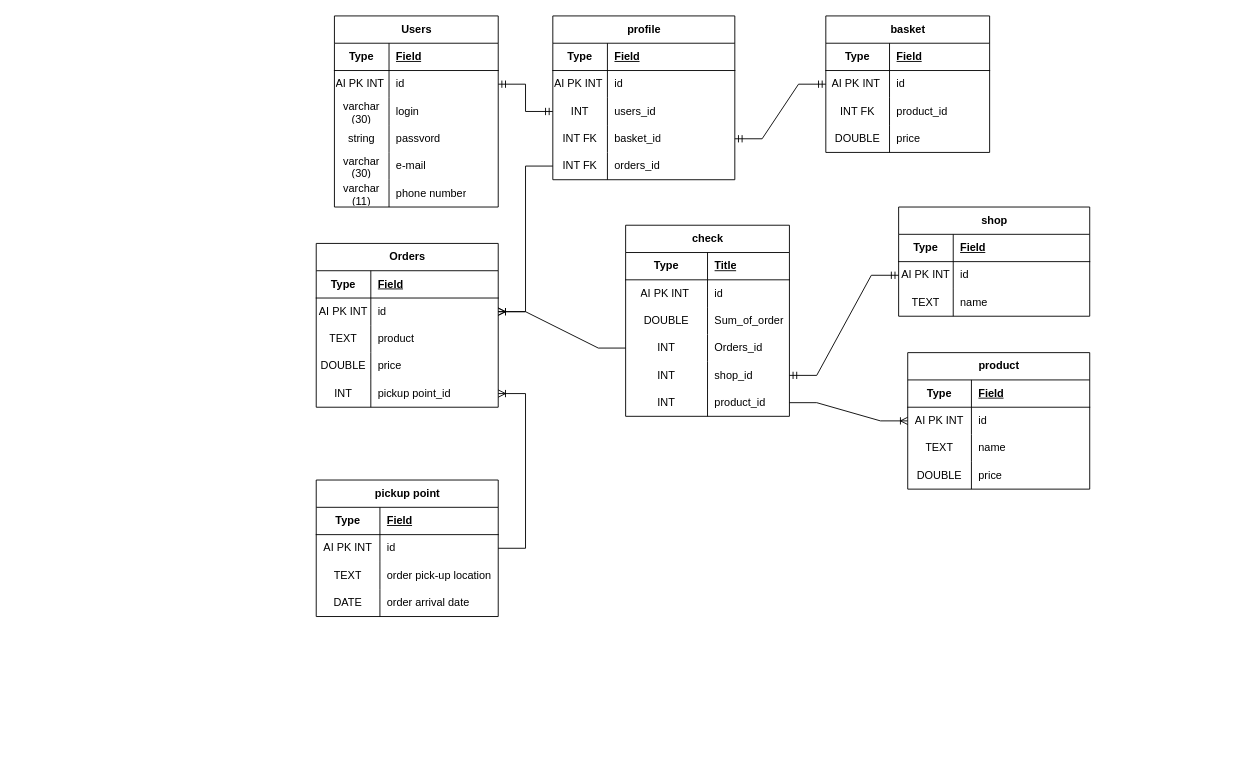
MelnikovMatveu/db_practice keeps this draw.io diagram as Диаграмма без названия.drawio. Above is the earlier version. Source tidied: cells renumbered, new cells numbered last; positions are measured from the earlier drawing's top-left corner, leaving out a move shared by most shapes. Both pictures are drawn from the tidied source at 91%, with x=0, y=0 at pixel (316, 15).
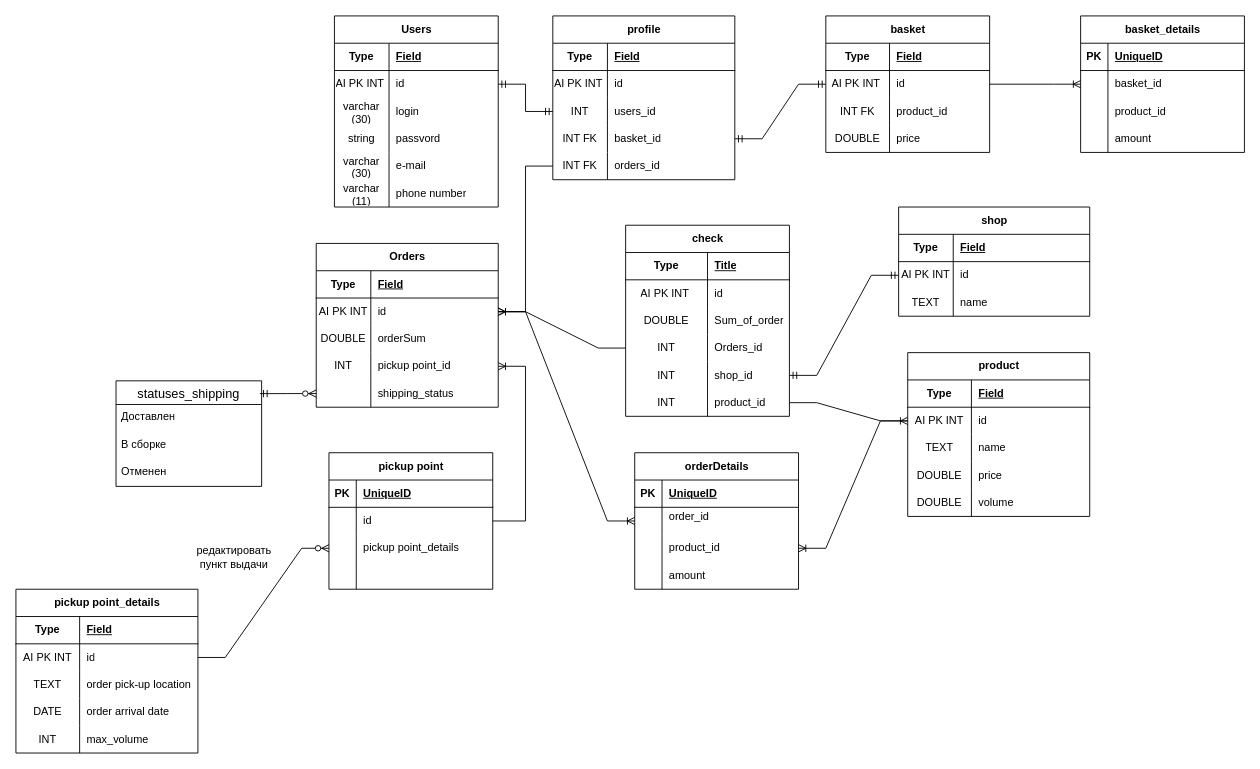
The same diagram, later.

Unchanged cells that the change refers to:
```xml
<mxCell id="6" style="shape=tableRow;horizontal=0;startSize=0;swimlaneHead=0;swimlaneBody=0;fillColor=none;points=[[0,0.5],[1,0.5]];portConstraint=eastwest;top=0;left=0;right=0;bottom=0;" parent="2" vertex="1">
  <mxGeometry y="60" width="180" height="30" as="geometry" />
</mxCell>
<mxCell id="53" value="Orders" style="shape=table;startSize=30;childLayout=tableLayout;rowLines=0;fontStyle=1;align=center;html=1;" parent="1" vertex="1">
  <mxGeometry y="250" width="200" height="180" as="geometry" />
</mxCell>
<mxCell id="57" style="shape=tableRow;horizontal=0;startSize=0;swimlaneHead=0;swimlaneBody=0;fillColor=none;points=[[0,0.5],[1,0.5]];portConstraint=eastwest;top=0;left=0;right=0;bottom=0;" parent="53" vertex="1">
  <mxGeometry y="60" width="200" height="30" as="geometry" />
</mxCell>
<mxCell id="104" style="shape=tableRow;horizontal=0;startSize=0;swimlaneHead=0;swimlaneBody=0;fillColor=none;points=[[0,0.5],[1,0.5]];portConstraint=eastwest;top=0;left=0;right=0;bottom=0;" parent="100" vertex="1">
  <mxGeometry y="60" width="200" height="30" as="geometry" />
</mxCell>
<mxCell id="118" style="shape=tableRow;horizontal=0;startSize=0;swimlaneHead=0;swimlaneBody=0;fillColor=none;points=[[0,0.5],[1,0.5]];portConstraint=eastwest;top=0;left=0;right=0;bottom=0;" parent="114" vertex="1">
  <mxGeometry y="60" width="200" height="30" as="geometry" />
</mxCell>
```

Diff of the diagram source:
```diff
@@
-    <mxCell id="60" style="shape=tableRow;horizontal=0;startSize=0;swimlaneHead=0;swimlaneBody=0;fillColor=none;top=0;left=0;right=0;bottom=0;" parent="53" vertex="1">
-      <mxGeometry y="90" width="200" height="30" as="geometry" />
-    </mxCell>
-    <mxCell id="61" value="TEXT" style="shape=partialRectangle;fillColor=none;top=0;left=0;bottom=0;right=0;overflow=hidden;whiteSpace=wrap;html=1;" parent="60" vertex="1">
-      <mxGeometry width="60" height="30" as="geometry" />
-    </mxCell>
-    <mxCell id="62" value="product" style="shape=partialRectangle;fillColor=none;top=0;left=0;bottom=0;right=0;align=left;spacingLeft=6;overflow=hidden;whiteSpace=wrap;html=1;" parent="60" vertex="1">
-      <mxGeometry x="60" width="140" height="30" as="geometry" />
-    </mxCell>
     <mxCell id="63" style="shape=tableRow;horizontal=0;startSize=0;swimlaneHead=0;swimlaneBody=0;fillColor=none;top=0;left=0;right=0;bottom=0;" parent="53" vertex="1">
-      <mxGeometry y="120" width="200" height="30" as="geometry" />
+      <mxGeometry y="90" width="200" height="30" as="geometry" />
     </mxCell>
@@
-    <mxCell id="65" value="price" style="shape=partialRectangle;fillColor=none;top=0;left=0;bottom=0;right=0;align=left;spacingLeft=6;overflow=hidden;whiteSpace=wrap;html=1;" parent="63" vertex="1">
+    <mxCell id="65" value="orderSum" style="shape=partialRectangle;fillColor=none;top=0;left=0;bottom=0;right=0;align=left;spacingLeft=6;overflow=hidden;whiteSpace=wrap;html=1;" parent="63" vertex="1">
       <mxGeometry x="60" width="140" height="30" as="geometry" />
     </mxCell>
     <mxCell id="66" style="shape=tableRow;horizontal=0;startSize=0;swimlaneHead=0;swimlaneBody=0;fillColor=none;points=[[0,0.5],[1,0.5]];portConstraint=eastwest;top=0;left=0;right=0;bottom=0;" parent="53" vertex="1">
-      <mxGeometry y="150" width="200" height="30" as="geometry" />
+      <mxGeometry y="120" width="200" height="30" as="geometry" />
     </mxCell>
@@
+    <mxCell id="128" style="shape=tableRow;horizontal=0;startSize=0;swimlaneHead=0;swimlaneBody=0;fillColor=none;points=[[0,0.5],[1,0.5]];portConstraint=eastwest;top=0;left=0;right=0;bottom=0;" parent="53" vertex="1">
+      <mxGeometry y="150" width="200" height="30" as="geometry" />
+    </mxCell>
+    <mxCell id="129" style="shape=partialRectangle;fillColor=none;top=0;left=0;bottom=0;right=0;overflow=hidden;whiteSpace=wrap;html=1;" parent="128" vertex="1">
+      <mxGeometry width="60" height="30" as="geometry" />
+    </mxCell>
+    <mxCell id="130" value="shipping_status" style="shape=partialRectangle;fillColor=none;top=0;left=0;bottom=0;right=0;align=left;spacingLeft=6;overflow=hidden;whiteSpace=wrap;html=1;" parent="128" vertex="1">
+      <mxGeometry x="60" width="140" height="30" as="geometry" />
+    </mxCell>
@@
-    <mxCell id="100" value="pickup point" style="shape=table;startSize=30;childLayout=tableLayout;rowLines=0;fontStyle=1;align=center;html=1;" parent="1" vertex="1">
-      <mxGeometry y="510" width="200" height="150" as="geometry" />
+    <mxCell id="100" value="pickup point_details" style="shape=table;startSize=30;childLayout=tableLayout;rowLines=0;fontStyle=1;align=center;html=1;" parent="1" vertex="1">
+      <mxGeometry x="-330" y="630" width="200" height="180" as="geometry" />
     </mxCell>
@@
+    <mxCell id="131" style="shape=tableRow;horizontal=0;startSize=0;swimlaneHead=0;swimlaneBody=0;fillColor=none;top=0;left=0;right=0;bottom=0;" parent="100" vertex="1">
+      <mxGeometry y="150" width="200" height="30" as="geometry" />
+    </mxCell>
+    <mxCell id="132" value="INT" style="shape=partialRectangle;fillColor=none;top=0;left=0;bottom=0;right=0;overflow=hidden;whiteSpace=wrap;html=1;" parent="131" vertex="1">
+      <mxGeometry width="70" height="30" as="geometry" />
+    </mxCell>
+    <mxCell id="133" value="max_volume" style="shape=partialRectangle;fillColor=none;top=0;left=0;bottom=0;right=0;align=left;spacingLeft=6;overflow=hidden;whiteSpace=wrap;html=1;" parent="131" vertex="1">
+      <mxGeometry x="70" width="130" height="30" as="geometry" />
+    </mxCell>
-    <mxCell id="113" style="edgeStyle=entityRelationEdgeStyle;fontSize=12;html=1;endArrow=ERoneToMany;rounded=0;" parent="1" edge="1" source="104" target="66">
+    <mxCell id="113" style="edgeStyle=entityRelationEdgeStyle;fontSize=12;html=1;endArrow=ERoneToMany;rounded=0;exitX=1;exitY=0.5;exitDx=0;exitDy=0;" parent="1" edge="1" source="175" target="66">
       <mxGeometry relative="1" as="geometry" />
     </mxCell>
     <mxCell id="114" value="product" style="shape=table;startSize=30;childLayout=tableLayout;rowLines=0;fontStyle=1;align=center;html=1;" parent="1" vertex="1">
-      <mxGeometry x="650" y="370" width="200" height="150" as="geometry" />
+      <mxGeometry x="650" y="370" width="200" height="180" as="geometry" />
     </mxCell>
@@
+    <mxCell id="134" style="shape=tableRow;horizontal=0;startSize=0;swimlaneHead=0;swimlaneBody=0;fillColor=none;top=0;left=0;right=0;bottom=0;" parent="114" vertex="1">
+      <mxGeometry y="150" width="200" height="30" as="geometry" />
+    </mxCell>
+    <mxCell id="135" value="DOUBLE" style="shape=partialRectangle;fillColor=none;top=0;left=0;bottom=0;right=0;overflow=hidden;whiteSpace=wrap;html=1;" parent="134" vertex="1">
+      <mxGeometry width="70" height="30" as="geometry" />
+    </mxCell>
+    <mxCell id="136" value="volume" style="shape=partialRectangle;fillColor=none;top=0;left=0;bottom=0;right=0;align=left;spacingLeft=6;overflow=hidden;whiteSpace=wrap;html=1;" parent="134" vertex="1">
+      <mxGeometry x="70" width="130" height="30" as="geometry" />
+    </mxCell>
@@
+    <mxCell id="137" value="orderDetails" style="shape=table;startSize=30;childLayout=tableLayout;rowLines=0;fontStyle=1;align=center;html=1;" parent="1" vertex="1">
+      <mxGeometry x="350" y="480" width="180" height="150" as="geometry" />
+    </mxCell>
+    <mxCell id="138" style="shape=tableRow;horizontal=0;startSize=0;swimlaneHead=0;swimlaneBody=0;fillColor=none;top=0;left=0;right=0;bottom=1;" parent="137" vertex="1">
+      <mxGeometry y="30" width="180" height="30" as="geometry" />
+    </mxCell>
+    <mxCell id="139" value="PK" style="shape=partialRectangle;fillColor=none;top=0;left=0;bottom=0;right=0;fontStyle=1;overflow=hidden;whiteSpace=wrap;html=1;" parent="138" vertex="1">
+      <mxGeometry width="30" height="30" as="geometry" />
+    </mxCell>
+    <mxCell id="140" value="UniqueID" style="shape=partialRectangle;fillColor=none;top=0;left=0;bottom=0;right=0;align=left;spacingLeft=6;fontStyle=5;overflow=hidden;whiteSpace=wrap;html=1;" parent="138" vertex="1">
+      <mxGeometry x="30" width="150" height="30" as="geometry" />
+    </mxCell>
+    <mxCell id="141" style="shape=tableRow;horizontal=0;startSize=0;swimlaneHead=0;swimlaneBody=0;fillColor=none;points=[[0,0.5],[1,0.5]];portConstraint=eastwest;top=0;left=0;right=0;bottom=0;" parent="137" vertex="1">
+      <mxGeometry y="60" width="180" height="30" as="geometry" />
+    </mxCell>
+    <mxCell id="142" style="shape=partialRectangle;fillColor=none;top=0;left=0;bottom=0;right=0;overflow=hidden;whiteSpace=wrap;html=1;" parent="141" vertex="1">
+      <mxGeometry width="30" height="30" as="geometry" />
+    </mxCell>
+    <mxCell id="143" value="order_id&lt;span style=&quot;white-space: pre;&quot;&gt;&#9;&lt;/span&gt;&lt;br&gt;&lt;br&gt;" style="shape=partialRectangle;fillColor=none;top=0;left=0;bottom=0;right=0;align=left;spacingLeft=6;overflow=hidden;whiteSpace=wrap;html=1;" parent="141" vertex="1">
+      <mxGeometry x="30" width="150" height="30" as="geometry" />
+    </mxCell>
+    <mxCell id="144" style="shape=tableRow;horizontal=0;startSize=0;swimlaneHead=0;swimlaneBody=0;fillColor=none;points=[[0,0.5],[1,0.5]];portConstraint=eastwest;top=0;left=0;right=0;bottom=0;" parent="137" vertex="1">
+      <mxGeometry y="90" width="180" height="30" as="geometry" />
+    </mxCell>
+    <mxCell id="145" style="shape=partialRectangle;fillColor=none;top=0;left=0;bottom=0;right=0;overflow=hidden;whiteSpace=wrap;html=1;" parent="144" vertex="1">
+      <mxGeometry width="30" height="30" as="geometry" />
+    </mxCell>
+    <mxCell id="146" value="product_id" style="shape=partialRectangle;fillColor=none;top=0;left=0;bottom=0;right=0;align=left;spacingLeft=6;overflow=hidden;whiteSpace=wrap;html=1;" parent="144" vertex="1">
+      <mxGeometry x="30" width="150" height="30" as="geometry" />
+    </mxCell>
+    <mxCell id="147" style="shape=tableRow;horizontal=0;startSize=0;swimlaneHead=0;swimlaneBody=0;fillColor=none;top=0;left=0;right=0;bottom=0;" parent="137" vertex="1">
+      <mxGeometry y="120" width="180" height="30" as="geometry" />
+    </mxCell>
+    <mxCell id="148" style="shape=partialRectangle;fillColor=none;top=0;left=0;bottom=0;right=0;overflow=hidden;whiteSpace=wrap;html=1;" parent="147" vertex="1">
+      <mxGeometry width="30" height="30" as="geometry" />
+    </mxCell>
+    <mxCell id="149" value="amount" style="shape=partialRectangle;fillColor=none;top=0;left=0;bottom=0;right=0;align=left;spacingLeft=6;overflow=hidden;whiteSpace=wrap;html=1;" parent="147" vertex="1">
+      <mxGeometry x="30" width="150" height="30" as="geometry" />
+    </mxCell>
+    <mxCell id="150" value="statuses_shipping" style="swimlane;fontStyle=0;horizontal=1;startSize=26;align=center;fontSize=14;" parent="1" vertex="1">
+      <mxGeometry x="-220" y="401" width="160" height="116" as="geometry" />
+    </mxCell>
+    <mxCell id="151" value="Доставлен" style="text;strokeColor=none;fillColor=none;spacingLeft=4;spacingRight=4;overflow=hidden;fontSize=12;whiteSpace=wrap;html=1;" parent="150" vertex="1">
+      <mxGeometry y="26" width="160" height="30" as="geometry" />
+    </mxCell>
+    <mxCell id="152" value="В сборке" style="text;strokeColor=none;fillColor=none;spacingLeft=4;spacingRight=4;overflow=hidden;fontSize=12;whiteSpace=wrap;html=1;" parent="150" vertex="1">
+      <mxGeometry y="56" width="160" height="30" as="geometry" />
+    </mxCell>
+    <mxCell id="153" value="Отменен" style="text;strokeColor=none;fillColor=none;spacingLeft=4;spacingRight=4;overflow=hidden;fontSize=12;whiteSpace=wrap;html=1;" parent="150" vertex="1">
+      <mxGeometry y="86" width="160" height="30" as="geometry" />
+    </mxCell>
+    <mxCell id="154" style="edgeStyle=entityRelationEdgeStyle;fontSize=12;html=1;endArrow=ERzeroToMany;startArrow=ERmandOne;rounded=0;exitX=0.988;exitY=0.121;exitDx=0;exitDy=0;exitPerimeter=0;entryX=0;entryY=0.5;entryDx=0;entryDy=0;" parent="1" edge="1" source="150" target="128">
+      <mxGeometry relative="1" as="geometry" />
+    </mxCell>
+    <mxCell id="155" value="basket_details" style="shape=table;startSize=30;childLayout=tableLayout;rowLines=0;fontStyle=1;align=center;html=1;" parent="1" vertex="1">
+      <mxGeometry x="840" width="180" height="150" as="geometry" />
+    </mxCell>
+    <mxCell id="156" style="shape=tableRow;horizontal=0;startSize=0;swimlaneHead=0;swimlaneBody=0;fillColor=none;top=0;left=0;right=0;bottom=1;" parent="155" vertex="1">
+      <mxGeometry y="30" width="180" height="30" as="geometry" />
+    </mxCell>
+    <mxCell id="157" value="PK" style="shape=partialRectangle;fillColor=none;top=0;left=0;bottom=0;right=0;fontStyle=1;overflow=hidden;whiteSpace=wrap;html=1;" parent="156" vertex="1">
+      <mxGeometry width="30" height="30" as="geometry" />
+    </mxCell>
+    <mxCell id="158" value="UniqueID" style="shape=partialRectangle;fillColor=none;top=0;left=0;bottom=0;right=0;align=left;spacingLeft=6;fontStyle=5;overflow=hidden;whiteSpace=wrap;html=1;" parent="156" vertex="1">
+      <mxGeometry x="30" width="150" height="30" as="geometry" />
+    </mxCell>
+    <mxCell id="159" style="shape=tableRow;horizontal=0;startSize=0;swimlaneHead=0;swimlaneBody=0;fillColor=none;points=[[0,0.5],[1,0.5]];portConstraint=eastwest;top=0;left=0;right=0;bottom=0;" parent="155" vertex="1">
+      <mxGeometry y="60" width="180" height="30" as="geometry" />
+    </mxCell>
+    <mxCell id="160" style="shape=partialRectangle;fillColor=none;top=0;left=0;bottom=0;right=0;overflow=hidden;whiteSpace=wrap;html=1;" parent="159" vertex="1">
+      <mxGeometry width="30" height="30" as="geometry" />
+    </mxCell>
+    <mxCell id="161" value="basket_id" style="shape=partialRectangle;fillColor=none;top=0;left=0;bottom=0;right=0;align=left;spacingLeft=6;overflow=hidden;whiteSpace=wrap;html=1;" parent="159" vertex="1">
+      <mxGeometry x="30" width="150" height="30" as="geometry" />
+    </mxCell>
+    <mxCell id="162" style="shape=tableRow;horizontal=0;startSize=0;swimlaneHead=0;swimlaneBody=0;fillColor=none;top=0;left=0;right=0;bottom=0;" parent="155" vertex="1">
+      <mxGeometry y="90" width="180" height="30" as="geometry" />
+    </mxCell>
+    <mxCell id="163" style="shape=partialRectangle;fillColor=none;top=0;left=0;bottom=0;right=0;overflow=hidden;whiteSpace=wrap;html=1;" parent="162" vertex="1">
+      <mxGeometry width="30" height="30" as="geometry" />
+    </mxCell>
+    <mxCell id="164" value="product_id" style="shape=partialRectangle;fillColor=none;top=0;left=0;bottom=0;right=0;align=left;spacingLeft=6;overflow=hidden;whiteSpace=wrap;html=1;" parent="162" vertex="1">
+      <mxGeometry x="30" width="150" height="30" as="geometry" />
+    </mxCell>
+    <mxCell id="165" style="shape=tableRow;horizontal=0;startSize=0;swimlaneHead=0;swimlaneBody=0;fillColor=none;top=0;left=0;right=0;bottom=0;" parent="155" vertex="1">
+      <mxGeometry y="120" width="180" height="30" as="geometry" />
+    </mxCell>
+    <mxCell id="166" style="shape=partialRectangle;fillColor=none;top=0;left=0;bottom=0;right=0;overflow=hidden;whiteSpace=wrap;html=1;" parent="165" vertex="1">
+      <mxGeometry width="30" height="30" as="geometry" />
+    </mxCell>
+    <mxCell id="167" value="amount" style="shape=partialRectangle;fillColor=none;top=0;left=0;bottom=0;right=0;align=left;spacingLeft=6;overflow=hidden;whiteSpace=wrap;html=1;" parent="165" vertex="1">
+      <mxGeometry x="30" width="150" height="30" as="geometry" />
+    </mxCell>
+    <mxCell id="168" style="edgeStyle=entityRelationEdgeStyle;fontSize=12;html=1;endArrow=ERoneToMany;rounded=0;entryX=0;entryY=0.5;entryDx=0;entryDy=0;" parent="1" edge="1" source="6" target="159">
+      <mxGeometry relative="1" as="geometry" />
+    </mxCell>
+    <mxCell id="169" style="edgeStyle=entityRelationEdgeStyle;fontSize=12;html=1;endArrow=ERoneToMany;rounded=0;exitX=1;exitY=0.5;exitDx=0;exitDy=0;entryX=0;entryY=0.5;entryDx=0;entryDy=0;" parent="1" edge="1" source="57" target="141">
+      <mxGeometry relative="1" as="geometry" />
+    </mxCell>
+    <mxCell id="170" style="edgeStyle=entityRelationEdgeStyle;fontSize=12;html=1;endArrow=ERoneToMany;rounded=0;exitX=0;exitY=0.5;exitDx=0;exitDy=0;entryX=1;entryY=0.5;entryDx=0;entryDy=0;" parent="1" edge="1" source="118" target="144">
+      <mxGeometry relative="1" as="geometry" />
+    </mxCell>
+    <mxCell id="171" value="pickup point" style="shape=table;startSize=30;childLayout=tableLayout;rowLines=0;fontStyle=1;align=center;html=1;" parent="1" vertex="1">
+      <mxGeometry x="14" y="480" width="180" height="150" as="geometry" />
+    </mxCell>
+    <mxCell id="172" style="shape=tableRow;horizontal=0;startSize=0;swimlaneHead=0;swimlaneBody=0;fillColor=none;top=0;left=0;right=0;bottom=1;" parent="171" vertex="1">
+      <mxGeometry y="30" width="180" height="30" as="geometry" />
+    </mxCell>
+    <mxCell id="173" value="PK" style="shape=partialRectangle;fillColor=none;top=0;left=0;bottom=0;right=0;fontStyle=1;overflow=hidden;whiteSpace=wrap;html=1;" parent="172" vertex="1">
+      <mxGeometry width="30" height="30" as="geometry" />
+    </mxCell>
+    <mxCell id="174" value="UniqueID" style="shape=partialRectangle;fillColor=none;top=0;left=0;bottom=0;right=0;align=left;spacingLeft=6;fontStyle=5;overflow=hidden;whiteSpace=wrap;html=1;" parent="172" vertex="1">
+      <mxGeometry x="30" width="150" height="30" as="geometry" />
+    </mxCell>
+    <mxCell id="175" style="shape=tableRow;horizontal=0;startSize=0;swimlaneHead=0;swimlaneBody=0;fillColor=none;points=[[0,0.5],[1,0.5]];portConstraint=eastwest;top=0;left=0;right=0;bottom=0;" parent="171" vertex="1">
+      <mxGeometry y="60" width="180" height="30" as="geometry" />
+    </mxCell>
+    <mxCell id="176" style="shape=partialRectangle;fillColor=none;top=0;left=0;bottom=0;right=0;overflow=hidden;whiteSpace=wrap;html=1;" parent="175" vertex="1">
+      <mxGeometry width="30" height="30" as="geometry" />
+    </mxCell>
+    <mxCell id="177" value="id" style="shape=partialRectangle;fillColor=none;top=0;left=0;bottom=0;right=0;align=left;spacingLeft=6;overflow=hidden;whiteSpace=wrap;html=1;" parent="175" vertex="1">
+      <mxGeometry x="30" width="150" height="30" as="geometry" />
+    </mxCell>
+    <mxCell id="178" style="shape=tableRow;horizontal=0;startSize=0;swimlaneHead=0;swimlaneBody=0;fillColor=none;points=[[0,0.5],[1,0.5]];portConstraint=eastwest;top=0;left=0;right=0;bottom=0;" parent="171" vertex="1">
+      <mxGeometry y="90" width="180" height="30" as="geometry" />
+    </mxCell>
+    <mxCell id="179" style="shape=partialRectangle;fillColor=none;top=0;left=0;bottom=0;right=0;overflow=hidden;whiteSpace=wrap;html=1;" parent="178" vertex="1">
+      <mxGeometry width="30" height="30" as="geometry" />
+    </mxCell>
+    <mxCell id="180" value="pickup point_details" style="shape=partialRectangle;fillColor=none;top=0;left=0;bottom=0;right=0;align=left;spacingLeft=6;overflow=hidden;whiteSpace=wrap;html=1;" parent="178" vertex="1">
+      <mxGeometry x="30" width="150" height="30" as="geometry" />
+    </mxCell>
+    <mxCell id="181" style="shape=tableRow;horizontal=0;startSize=0;swimlaneHead=0;swimlaneBody=0;fillColor=none;top=0;left=0;right=0;bottom=0;" parent="171" vertex="1">
+      <mxGeometry y="120" width="180" height="30" as="geometry" />
+    </mxCell>
+    <mxCell id="182" style="shape=partialRectangle;fillColor=none;top=0;left=0;bottom=0;right=0;overflow=hidden;whiteSpace=wrap;html=1;" parent="181" vertex="1">
+      <mxGeometry width="30" height="30" as="geometry" />
+    </mxCell>
+    <mxCell id="183" style="shape=partialRectangle;fillColor=none;top=0;left=0;bottom=0;right=0;align=left;spacingLeft=6;overflow=hidden;whiteSpace=wrap;html=1;" parent="181" vertex="1">
+      <mxGeometry x="30" width="150" height="30" as="geometry" />
+    </mxCell>
+    <mxCell id="184" style="edgeStyle=entityRelationEdgeStyle;fontSize=12;html=1;endArrow=ERzeroToMany;endFill=1;rounded=0;" parent="1" edge="1" source="104" target="178">
+      <mxGeometry relative="1" as="geometry" />
+    </mxCell>
+    <mxCell id="185" value="редактировать пункт выдачи" style="text;html=1;strokeColor=none;fillColor=none;align=center;verticalAlign=middle;whiteSpace=wrap;rounded=0;" parent="1" vertex="1">
+      <mxGeometry x="-120" y="580" width="60" height="30" as="geometry" />
+    </mxCell>
```
